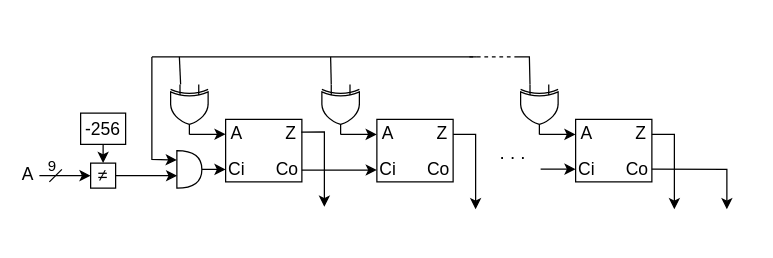
This is diagramas_tfm/absval.drawio from tremon36/miTFM, a draw.io file, before an edit. Source tidied: cells renumbered, new cells numbered last; positions are measured from the earlier drawing's top-left corner, leaving out a move shared by most shapes. Both pictures are drawn from the tidied source at 125%, with x=0, y=0 at pixel (21, 56).
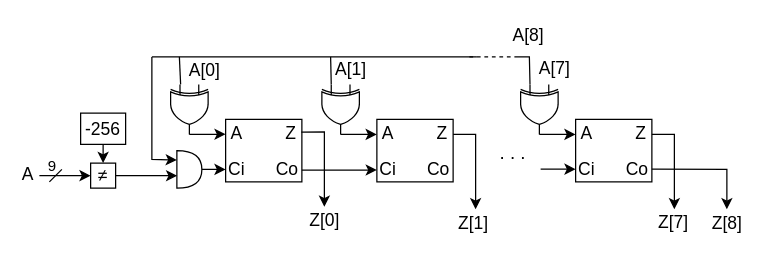
After the change.

Change to the diagram source:
```diff
@@
+    <mxCell id="46" value="&lt;span style=&quot;font-size: 14px;&quot;&gt;Z[0]&lt;/span&gt;" style="text;html=1;align=center;verticalAlign=middle;whiteSpace=wrap;rounded=0;" parent="1" vertex="1">
+      <mxGeometry x="223" y="120" width="39" height="22" as="geometry" />
+    </mxCell>
+    <mxCell id="47" value="&lt;span style=&quot;font-size: 14px;&quot;&gt;Z[1]&lt;/span&gt;" style="text;html=1;align=center;verticalAlign=middle;whiteSpace=wrap;rounded=0;" parent="1" vertex="1">
+      <mxGeometry x="342" y="122" width="39" height="22" as="geometry" />
+    </mxCell>
+    <mxCell id="48" value="&lt;span style=&quot;font-size: 14px;&quot;&gt;Z[7]&lt;/span&gt;" style="text;html=1;align=center;verticalAlign=middle;whiteSpace=wrap;rounded=0;" parent="1" vertex="1">
+      <mxGeometry x="502" y="121" width="39" height="22" as="geometry" />
+    </mxCell>
+    <mxCell id="49" value="&lt;span style=&quot;font-size: 14px;&quot;&gt;Z[8]&lt;/span&gt;" style="text;html=1;align=center;verticalAlign=middle;whiteSpace=wrap;rounded=0;" parent="1" vertex="1">
+      <mxGeometry x="545" y="122" width="39" height="22" as="geometry" />
+    </mxCell>
+    <mxCell id="50" value="&lt;span style=&quot;font-size: 14px;&quot;&gt;A[8]&lt;/span&gt;" style="text;html=1;align=center;verticalAlign=middle;whiteSpace=wrap;rounded=0;" parent="1" vertex="1">
+      <mxGeometry x="386" y="-28" width="39" height="22" as="geometry" />
+    </mxCell>
+    <mxCell id="51" value="&lt;span style=&quot;font-size: 14px;&quot;&gt;A[7]&lt;/span&gt;" style="text;html=1;align=center;verticalAlign=middle;whiteSpace=wrap;rounded=0;" parent="1" vertex="1">
+      <mxGeometry x="407" y="-2" width="39" height="22" as="geometry" />
+    </mxCell>
+    <mxCell id="52" value="&lt;span style=&quot;font-size: 14px;&quot;&gt;A[1]&lt;/span&gt;" style="text;html=1;align=center;verticalAlign=middle;whiteSpace=wrap;rounded=0;" parent="1" vertex="1">
+      <mxGeometry x="244" y="-1" width="39" height="22" as="geometry" />
+    </mxCell>
+    <mxCell id="53" value="&lt;span style=&quot;font-size: 14px;&quot;&gt;A[0]&lt;/span&gt;" style="text;html=1;align=center;verticalAlign=middle;whiteSpace=wrap;rounded=0;" parent="1" vertex="1">
+      <mxGeometry x="127" width="39" height="22" as="geometry" />
+    </mxCell>
```
